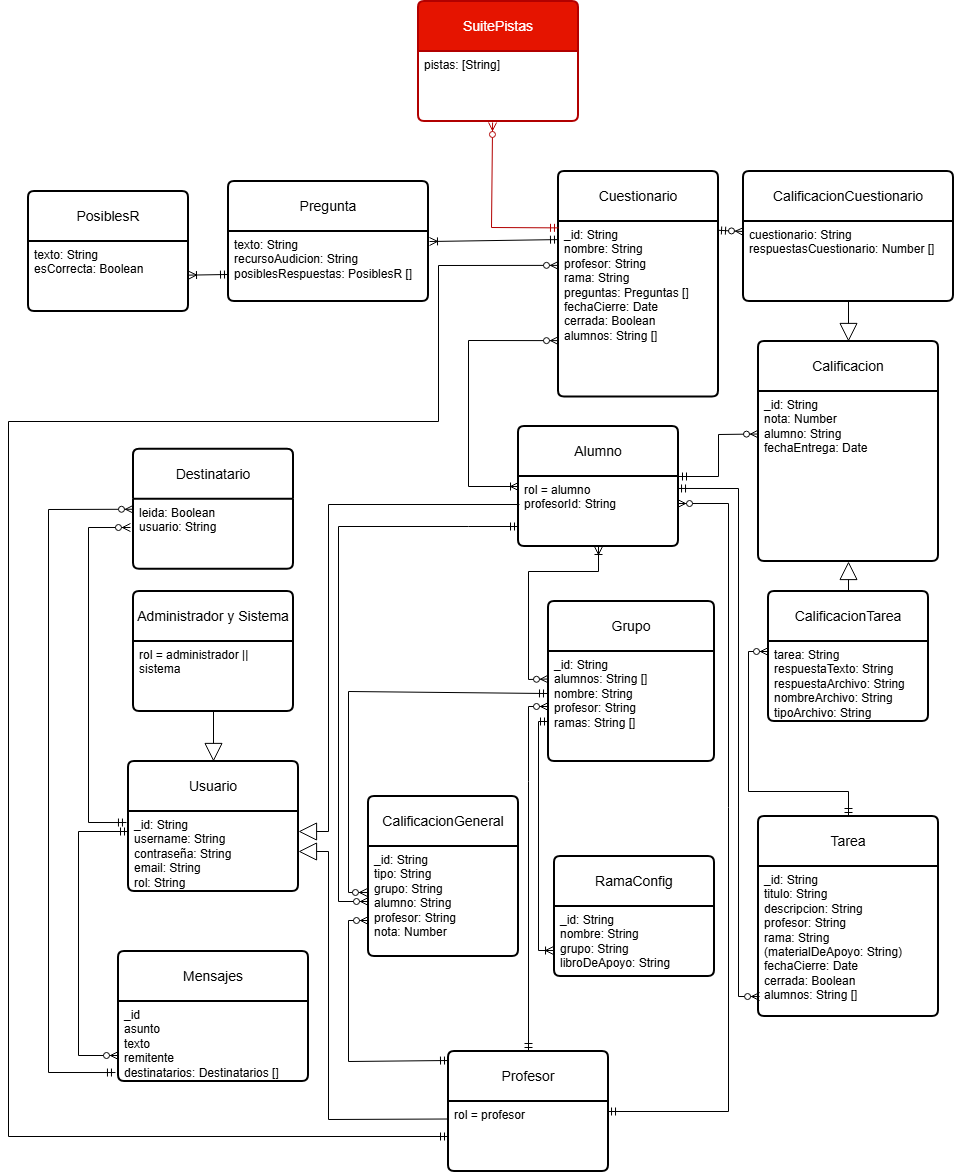
Earlier version of the draw.io export complemento/Figuras/modelo_Conceptual.png (selugc4/SolfEdge). Source tidied: cells renumbered, new cells last; positions are measured from the earlier drawing's top-left corner, leaving out a move shared by most shapes.
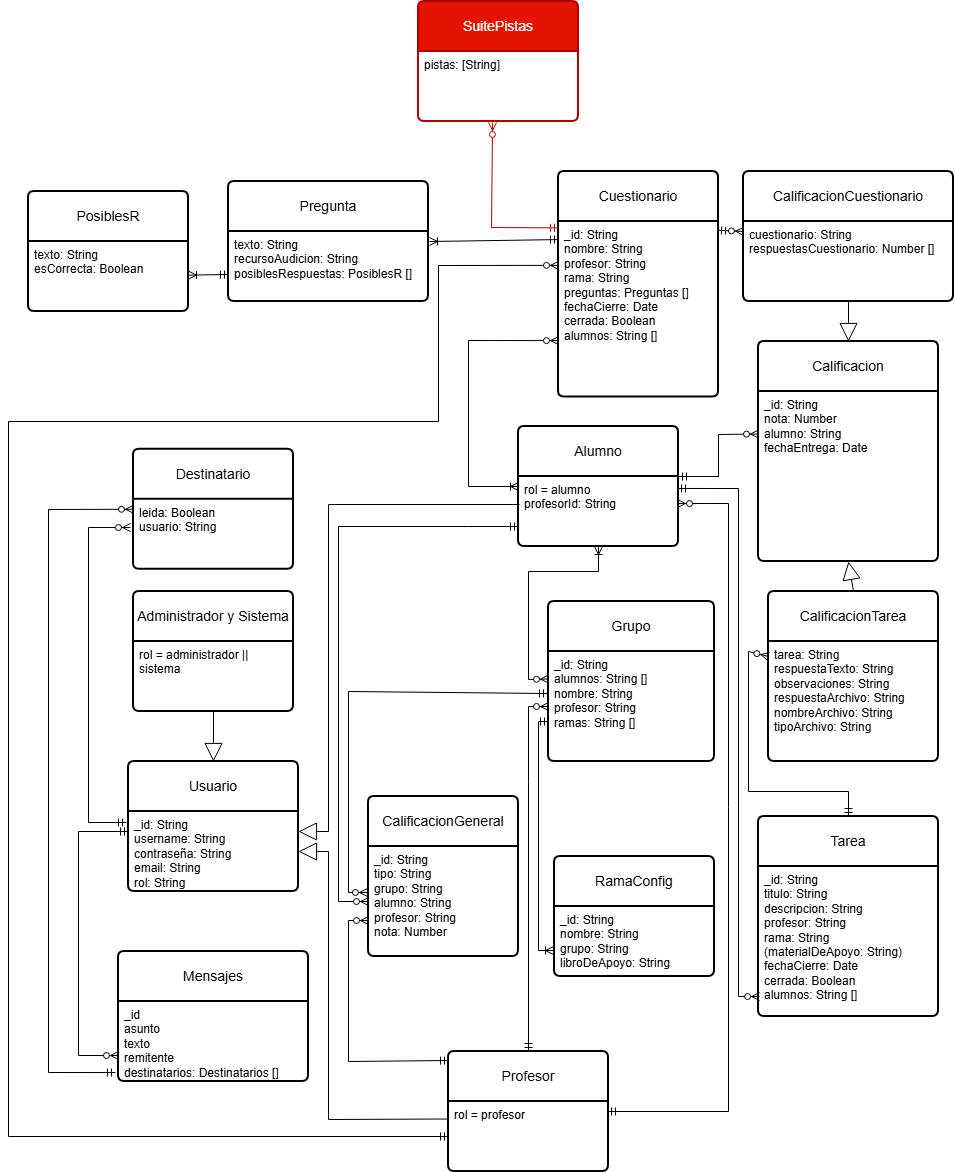
After the change.

The edit, as a diff of the source:
```diff
@@ -21,10 +21,10 @@
       <mxGeometry y="50" width="210" height="80" as="geometry" />
     </mxCell>
     <mxCell id="8" value="CalificacionTarea" style="swimlane;horizontal=1;startSize=50;rounded=1;fontSize=14;fontStyle=0;strokeWidth=2;shadow=0;dashed=0;align=center;arcSize=4;whiteSpace=wrap;html=1;" parent="1" vertex="1">
-      <mxGeometry x="760" y="590" width="160" height="130" as="geometry" />
+      <mxGeometry x="760" y="590" width="170" height="170" as="geometry" />
     </mxCell>
-    <mxCell id="9" value="&lt;div&gt;tarea: String&lt;/div&gt;respuestaTexto: String&lt;br&gt;respuestaArchivo: String&lt;br&gt;nombreArchivo: String&lt;div&gt;tipoArchivo: String&lt;/div&gt;" style="align=left;strokeColor=none;fillColor=none;spacingLeft=4;spacingRight=4;fontSize=12;verticalAlign=top;html=1;whiteSpace=wrap;" parent="8" vertex="1">
-      <mxGeometry y="50" width="160" height="80" as="geometry" />
+    <mxCell id="9" value="&lt;div&gt;tarea: String&lt;/div&gt;respuestaTexto: String&lt;div&gt;observaciones: String&lt;/div&gt;&lt;div&gt;respuestaArchivo: String&lt;br&gt;nombreArchivo: String&lt;div&gt;tipoArchivo: String&lt;/div&gt;&lt;/div&gt;" style="align=left;strokeColor=none;fillColor=none;spacingLeft=4;spacingRight=4;fontSize=12;verticalAlign=top;html=1;whiteSpace=wrap;" parent="8" vertex="1">
+      <mxGeometry y="50" width="170" height="120" as="geometry" />
     </mxCell>
     <mxCell id="10" style="endArrow=block;endSize=16;endFill=0;html=1;rounded=0;entryX=0.5;entryY=0;entryDx=0;entryDy=0;exitX=0.5;exitY=1;exitDx=0;exitDy=0;" parent="1" edge="1" source="7" target="2">
       <mxGeometry relative="1" as="geometry" />
```
